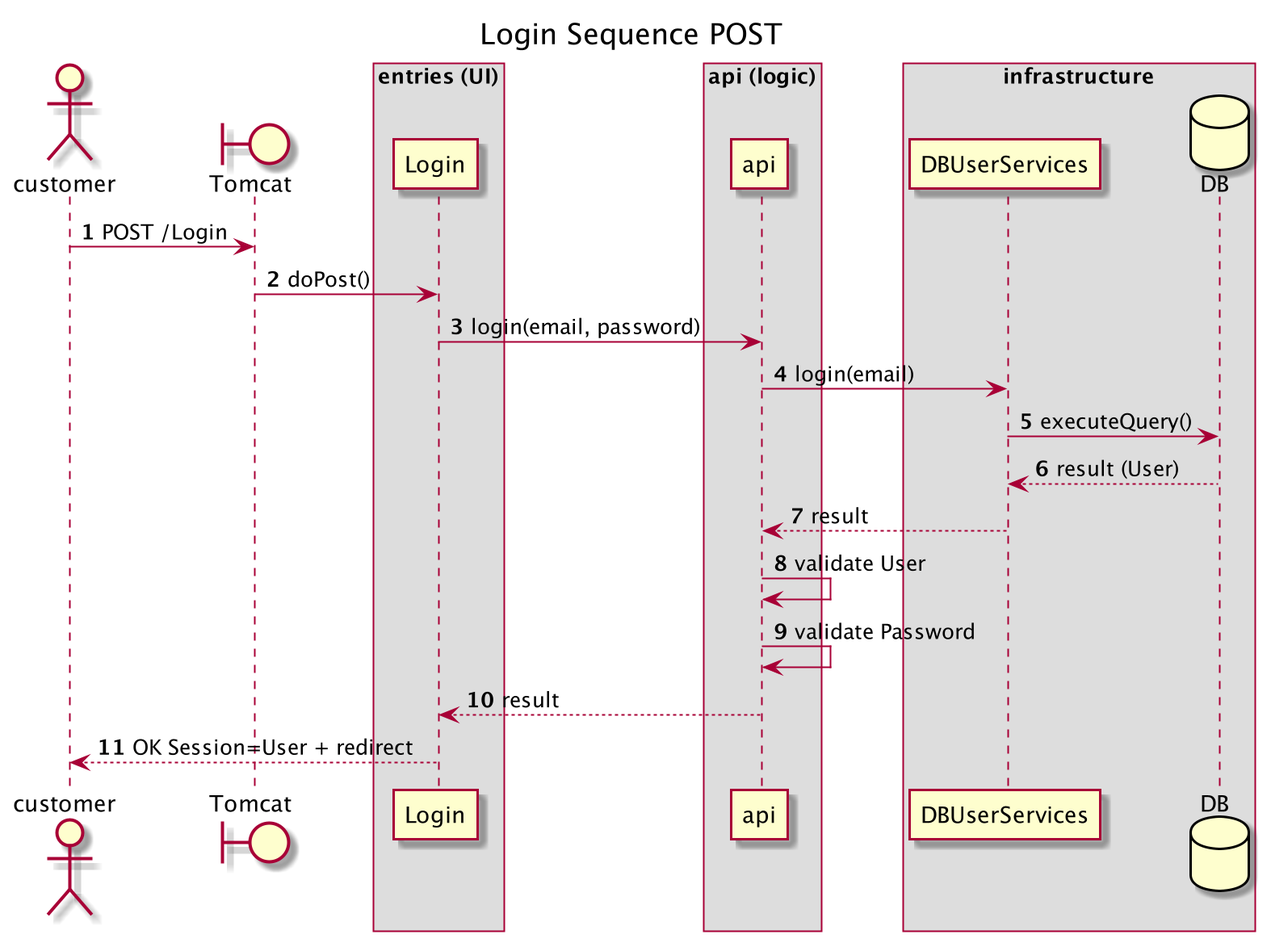
Above: Documentation/UML/Sekvensdiagram/Login_Sequence_doPost.png in codergram/Fog (PlantUML), before the change.
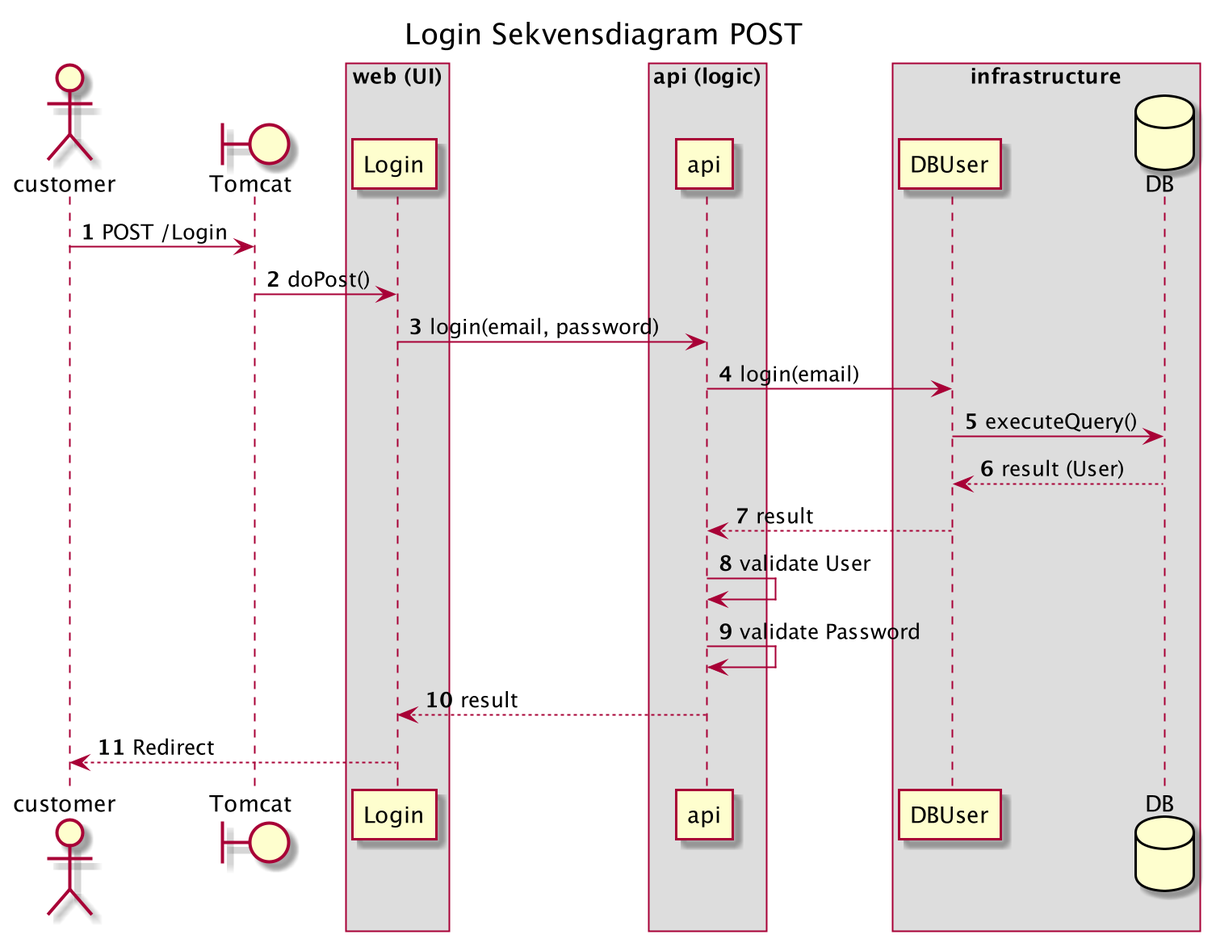
Above is the later version.

Change to the diagram source:
```diff
@@ -1,14 +1,14 @@
 @startuml
 
 autonumber
-Title Login Sequence POST
+Title Login Sekvensdiagram POST
 actor customer
 
 boundary Tomcat
 
 customer -> Tomcat:POST /Login
 
-box entries (UI)
+box web (UI)
 Tomcat -> Login: doPost()
 end box
 
@@ -20,21 +20,21 @@
 
 
 box infrastructure
-api -> DBUserServices:login(email)
+api -> DBUser:login(email)
 database DB
-DBUserServices -> DB:executeQuery()
+DBUser -> DB:executeQuery()
 end box
 
 
 
 
 
-DB --> DBUserServices:result (User)
-DBUserServices --> api:result
+DB --> DBUser:result (User)
+DBUser --> api:result
 api -> api: validate User
 api -> api: validate Password
 api --> Login: result
-Login --> customer:OK Session=User + redirect
+Login --> customer: Redirect
 
 
 
```
